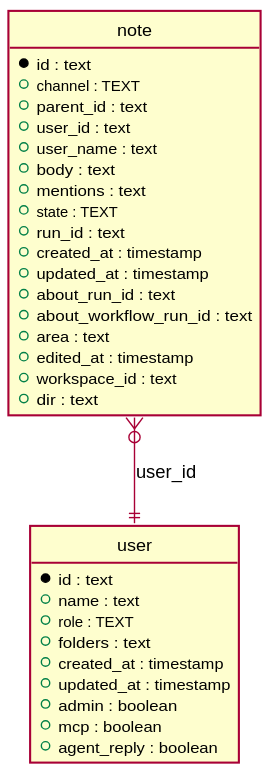
This is phpfront/app/modules/notes/schema.svg from titpetric/task-ui, a PlantUML export, as it was before one commit.
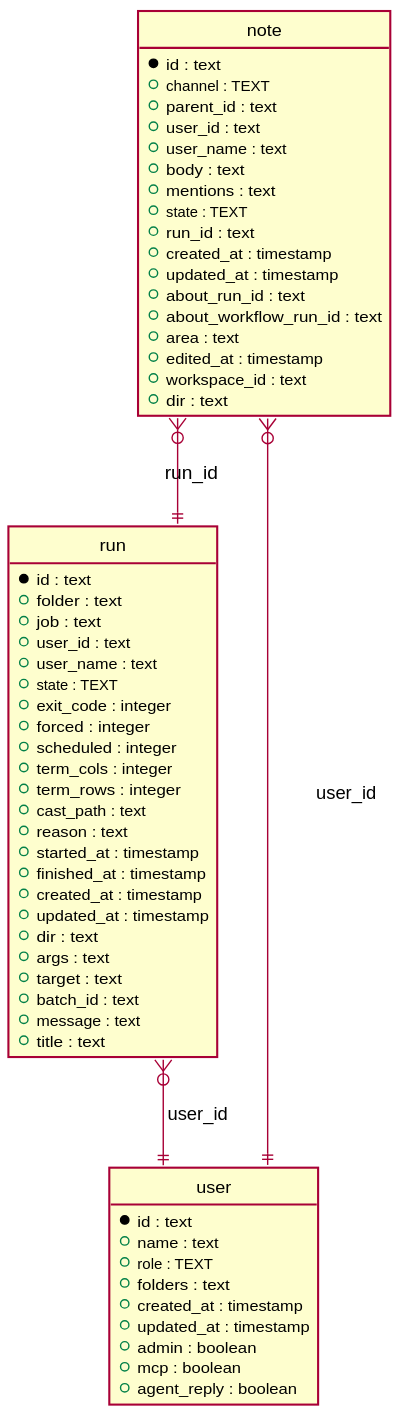
After the change.

Diff of the diagram source:
```diff
@@ -24,6 +24,32 @@
   + dir : text
 }
 
+entity "run" {
+  * id : text
+  + folder : text
+  + job : text
+  + user_id : text
+  + user_name : text
+  + state : TEXT
+  + exit_code : integer
+  + forced : integer
+  + scheduled : integer
+  + term_cols : integer
+  + term_rows : integer
+  + cast_path : text
+  + reason : text
+  + started_at : timestamp
+  + finished_at : timestamp
+  + created_at : timestamp
+  + updated_at : timestamp
+  + dir : text
+  + args : text
+  + target : text
+  + batch_id : text
+  + message : text
+  + title : text
+}
+
 entity "user" {
   * id : text
   + name : text
@@ -37,4 +63,6 @@
 }
 
 note }o--|| user : user_id
+note }o--|| run : run_id
+run }o--|| user : user_id
 @enduml
```
